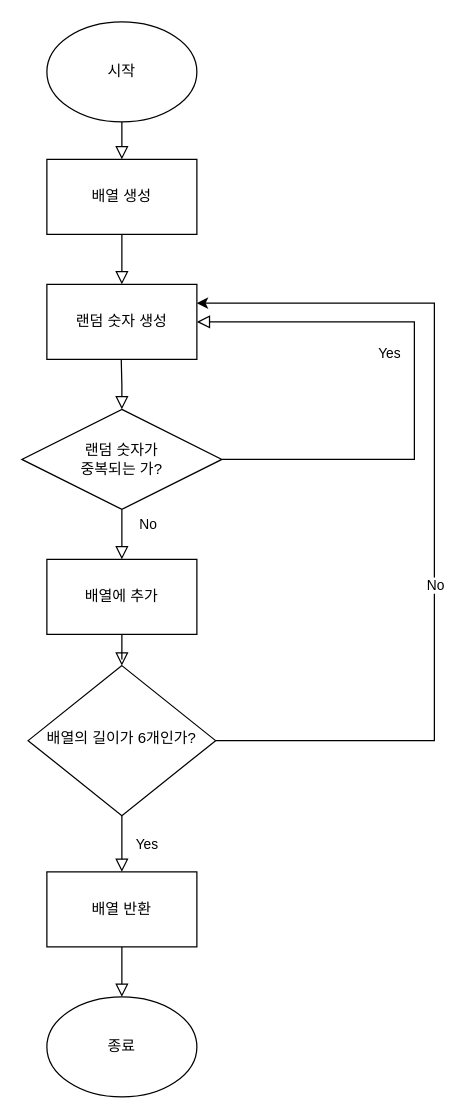
Before: createLottoNumberGeneratorFlowChart.drawio in Reimos7/swift-starter-Round2, a draw.io diagram. Source tidied: cells renumbered, new cells numbered last; positions are measured from the earlier drawing's top-left corner, leaving out a move shared by most shapes. Both pictures are drawn from the tidied source at 125%, with x=0, y=0 at pixel (21, 21).
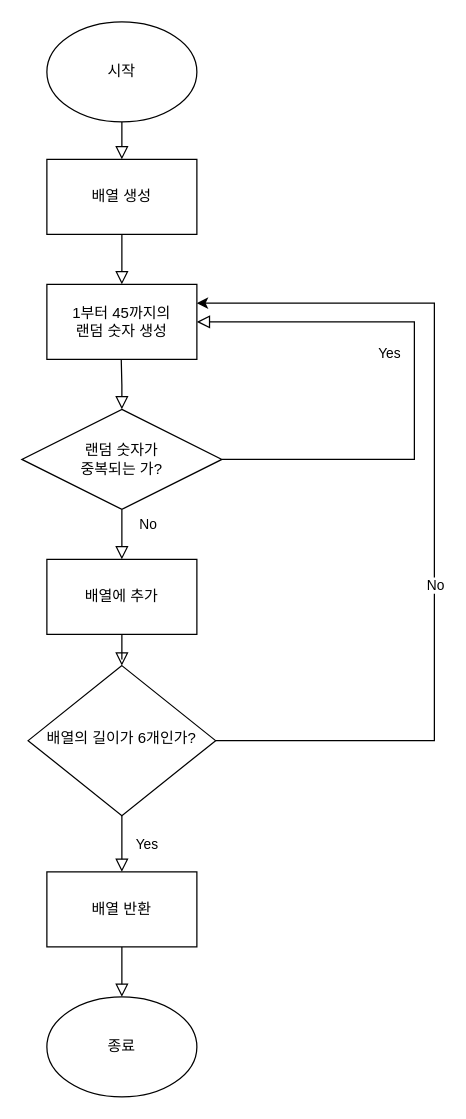
Above is the later version.

Commit message:
Modify Lotto Number Generator flowchart in createLottoNumberGeneratorFlowChart.drawio.

What changed in the source:
```diff
@@
-    <mxCell id="10" value="랜덤 숫자 생성" style="rounded=0;whiteSpace=wrap;html=1;" parent="1" vertex="1">
+    <mxCell id="10" value="1부터 45까지의&lt;div&gt;랜덤 숫자 생성&lt;/div&gt;" style="rounded=0;whiteSpace=wrap;html=1;" parent="1" vertex="1">
       <mxGeometry x="20" y="210" width="120" height="60" as="geometry" />
     </mxCell>
```
